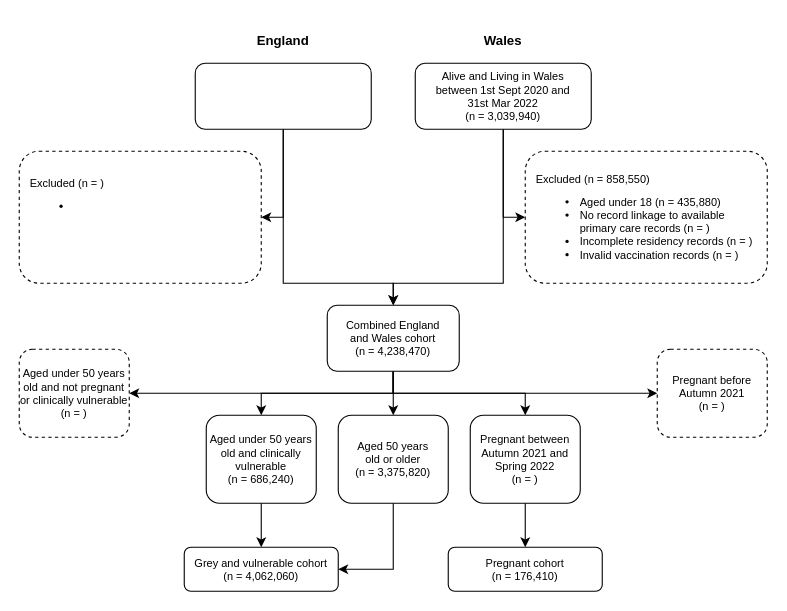
The draw.io diagram pregnancy/figure_cohort_inclusion_flowchart.drawio in stubedston/dacvap-c19-flu-vaccine-disparity, before the edit. Source tidied: cells renumbered, new cells numbered last; positions are measured from the earlier drawing's top-left corner, leaving out a move shared by most shapes. Both pictures are drawn from the tidied source at 110%, with x=0, y=0 at pixel (19, 19).
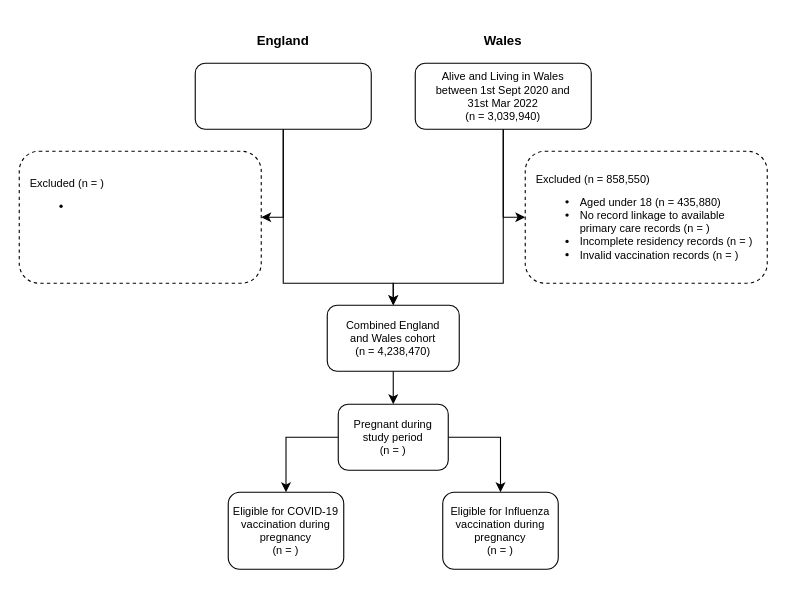
The same page after the edit.

Unchanged cells that the change refers to:
```xml
<mxCell id="11" value="&lt;font style=&quot;font-size: 10px&quot;&gt;&lt;font style=&quot;font-size: 10px&quot;&gt;Combined England&lt;br&gt;and Wales cohort&lt;br style=&quot;font-size: 10px&quot;&gt;&lt;font style=&quot;font-size: 10px&quot;&gt;&lt;span style=&quot;font-size: 10px&quot;&gt;(n = 4,238,470)&lt;/span&gt;&lt;/font&gt;&lt;/font&gt;&lt;br style=&quot;font-size: 10px&quot;&gt;&lt;/font&gt;" style="rounded=1;whiteSpace=wrap;html=1;fontSize=10;glass=0;strokeWidth=1;shadow=0;" parent="1" vertex="1">
  <mxGeometry x="280" y="260" width="120" height="60" as="geometry" />
</mxCell>
```

The edit, as a diff of the source:
```diff
@@
-    <mxCell id="6" style="edgeStyle=orthogonalEdgeStyle;rounded=0;jettySize=auto;html=1;fontSize=10;" parent="1" edge="1" source="11" target="18">
+    <mxCell id="6" style="edgeStyle=orthogonalEdgeStyle;rounded=0;jettySize=auto;html=1;fontSize=10;entryX=0.5;entryY=0;entryDx=0;entryDy=0;" parent="1" edge="1" source="11" target="18">
       <mxGeometry relative="1" as="geometry">
         <Array as="points">
-          <mxPoint x="340" y="340" />
-          <mxPoint x="460" y="340" />
+          <mxPoint x="340" y="350" />
+          <mxPoint x="340" y="350" />
         </Array>
       </mxGeometry>
     </mxCell>
-    <mxCell id="7" style="edgeStyle=orthogonalEdgeStyle;rounded=0;jettySize=auto;html=1;exitX=0.5;exitY=1;exitDx=0;exitDy=0;" parent="1" edge="1" source="11" target="25">
-      <mxGeometry relative="1" as="geometry" />
-    </mxCell>
-    <mxCell id="8" style="edgeStyle=orthogonalEdgeStyle;rounded=0;jettySize=auto;html=1;exitX=0.5;exitY=1;exitDx=0;exitDy=0;entryX=0.5;entryY=0;entryDx=0;entryDy=0;" parent="1" edge="1" source="11" target="13">
-      <mxGeometry relative="1" as="geometry" />
-    </mxCell>
-    <mxCell id="9" style="edgeStyle=orthogonalEdgeStyle;rounded=0;jettySize=auto;html=1;exitX=0.5;exitY=1;exitDx=0;exitDy=0;entryX=0.5;entryY=0;entryDx=0;entryDy=0;" parent="1" edge="1" source="11" target="16">
-      <mxGeometry relative="1" as="geometry" />
-    </mxCell>
-    <mxCell id="10" style="edgeStyle=orthogonalEdgeStyle;rounded=0;jettySize=auto;html=1;exitX=0.5;exitY=1;exitDx=0;exitDy=0;entryX=1;entryY=0.5;entryDx=0;entryDy=0;" parent="1" edge="1" source="11" target="27">
-      <mxGeometry relative="1" as="geometry" />
-    </mxCell>
@@
-    <mxCell id="12" style="edgeStyle=orthogonalEdgeStyle;rounded=0;jettySize=auto;html=1;exitX=0.5;exitY=1;exitDx=0;exitDy=0;entryX=1;entryY=0.5;entryDx=0;entryDy=0;" parent="1" edge="1" source="13" target="14">
-      <mxGeometry relative="1" as="geometry" />
-    </mxCell>
-    <mxCell id="13" value="&lt;div style=&quot;font-size: 10px&quot;&gt;&lt;span style=&quot;font-size: 10px&quot;&gt;Aged 50 years&lt;/span&gt;&lt;/div&gt;&lt;div style=&quot;font-size: 10px&quot;&gt;&lt;span style=&quot;font-size: 10px&quot;&gt;old&amp;nbsp;&lt;/span&gt;&lt;span style=&quot;background-color: initial;&quot;&gt;or older&lt;/span&gt;&lt;/div&gt;&lt;div style=&quot;font-size: 10px&quot;&gt;&lt;span style=&quot;font-size: 10px&quot;&gt;(n = 3,375,820)&lt;/span&gt;&lt;/div&gt;" style="rounded=1;whiteSpace=wrap;html=1;fontSize=10;glass=0;strokeWidth=1;shadow=0;align=center;fontStyle=0;" parent="1" vertex="1">
-      <mxGeometry x="290" y="360" width="100" height="80" as="geometry" />
-    </mxCell>
-    <mxCell id="14" value="&lt;font style=&quot;font-size: 10px&quot;&gt;&lt;font style=&quot;font-size: 10px&quot;&gt;&lt;span style=&quot;font-size: 10px&quot;&gt;&lt;span style=&quot;font-size: 10px&quot;&gt;Grey and vulnerable cohort&lt;/span&gt;&lt;br style=&quot;font-size: 10px&quot;&gt;&lt;font style=&quot;font-size: 10px&quot;&gt;(n = 4,062,060)&lt;/font&gt;&lt;/span&gt;&lt;/font&gt;&lt;br style=&quot;font-size: 10px&quot;&gt;&lt;/font&gt;" style="rounded=1;whiteSpace=wrap;html=1;fontSize=10;glass=0;strokeWidth=1;shadow=0;fontStyle=0;" parent="1" vertex="1">
-      <mxGeometry x="150" y="480" width="140" height="40" as="geometry" />
-    </mxCell>
-    <mxCell id="15" style="edgeStyle=orthogonalEdgeStyle;rounded=0;jettySize=auto;html=1;exitX=0.5;exitY=1;exitDx=0;exitDy=0;entryX=0.5;entryY=0;entryDx=0;entryDy=0;" parent="1" edge="1" source="16" target="14">
-      <mxGeometry relative="1" as="geometry" />
-    </mxCell>
-    <mxCell id="16" value="Aged under 50 years&lt;br&gt;old and clinically vulnerable&lt;br style=&quot;font-size: 10px&quot;&gt;&lt;span style=&quot;font-size: 10px&quot;&gt;(n = 686,240)&lt;/span&gt;" style="rounded=1;whiteSpace=wrap;html=1;fontStyle=0;fontSize=10;" parent="1" vertex="1">
-      <mxGeometry x="170" y="360" width="100" height="80" as="geometry" />
-    </mxCell>
-    <mxCell id="17" style="edgeStyle=orthogonalEdgeStyle;rounded=0;jettySize=auto;html=1;entryX=0.5;entryY=0;entryDx=0;entryDy=0;fontSize=10;" parent="1" edge="1" source="18" target="26">
+    <mxCell id="17" style="edgeStyle=orthogonalEdgeStyle;rounded=0;jettySize=auto;html=1;exitX=0;exitY=0.5;exitDx=0;exitDy=0;entryX=0.5;entryY=0;entryDx=0;entryDy=0;" parent="1" edge="1" source="18" target="26">
       <mxGeometry relative="1" as="geometry" />
     </mxCell>
+    <mxCell id="28" style="edgeStyle=orthogonalEdgeStyle;rounded=0;jettySize=auto;html=1;exitX=1;exitY=0.5;exitDx=0;exitDy=0;entryX=0.5;entryY=0;entryDx=0;entryDy=0;" parent="1" edge="1" source="18" target="29">
+      <mxGeometry relative="1" as="geometry" />
+    </mxCell>
-    <mxCell id="18" value="Pregnant between Autumn 2021 and Spring 2022&lt;br style=&quot;font-size: 10px&quot;&gt;&lt;span style=&quot;font-size: 10px&quot;&gt;(n = )&lt;/span&gt;" style="rounded=1;whiteSpace=wrap;html=1;fontSize=10;fontStyle=0;" parent="1" vertex="1">
-      <mxGeometry x="410" y="360" width="100" height="80" as="geometry" />
+    <mxCell id="18" value="Pregnant during&lt;br&gt;study period&lt;br style=&quot;font-size: 10px&quot;&gt;&lt;span style=&quot;font-size: 10px&quot;&gt;(n = )&lt;/span&gt;" style="rounded=1;whiteSpace=wrap;html=1;fontSize=10;fontStyle=0;" parent="1" vertex="1">
+      <mxGeometry x="290" y="350" width="100" height="60" as="geometry" />
     </mxCell>
@@
-    <mxCell id="25" value="Pregnant before&lt;br&gt;Autumn 2021&lt;br style=&quot;font-size: 10px&quot;&gt;&lt;span style=&quot;font-size: 10px&quot;&gt;(n = )&lt;/span&gt;" style="rounded=1;whiteSpace=wrap;html=1;fontSize=10;fontStyle=0;dashed=1;" parent="1" vertex="1">
-      <mxGeometry x="580" y="300" width="100" height="80" as="geometry" />
-    </mxCell>
-    <mxCell id="26" value="&lt;font style=&quot;font-size: 10px&quot;&gt;Pregnant cohort&lt;br&gt;(n = 176,410)&lt;br style=&quot;font-size: 10px&quot;&gt;&lt;/font&gt;" style="rounded=1;whiteSpace=wrap;html=1;fontSize=10;glass=0;strokeWidth=1;shadow=0;fontStyle=0;" parent="1" vertex="1">
-      <mxGeometry x="390" y="480" width="140" height="40" as="geometry" />
+    <mxCell id="26" value="&lt;font style=&quot;font-size: 10px&quot;&gt;Eligible for COVID-19 vaccination during pregnancy&lt;br&gt;(n = )&lt;br style=&quot;font-size: 10px&quot;&gt;&lt;/font&gt;" style="rounded=1;whiteSpace=wrap;html=1;fontSize=10;glass=0;strokeWidth=1;shadow=0;fontStyle=0;" parent="1" vertex="1">
+      <mxGeometry x="190" y="430" width="105" height="70" as="geometry" />
     </mxCell>
-    <mxCell id="27" value="Aged under 50 years old and not pregnant or clinically vulnerable&lt;br style=&quot;font-size: 10px&quot;&gt;&lt;span style=&quot;font-size: 10px&quot;&gt;(n = )&lt;/span&gt;" style="rounded=1;whiteSpace=wrap;html=1;fontSize=10;fontStyle=0;dashed=1;" parent="1" vertex="1">
-      <mxGeometry y="300" width="100" height="80" as="geometry" />
-    </mxCell>
+    <mxCell id="29" value="&lt;font style=&quot;font-size: 10px&quot;&gt;Eligible for Influenza vaccination during pregnancy&lt;br&gt;(n = )&lt;br style=&quot;font-size: 10px&quot;&gt;&lt;/font&gt;" style="rounded=1;whiteSpace=wrap;html=1;fontSize=10;glass=0;strokeWidth=1;shadow=0;fontStyle=0;" parent="1" vertex="1">
+      <mxGeometry x="385" y="430" width="105" height="70" as="geometry" />
+    </mxCell>
```
